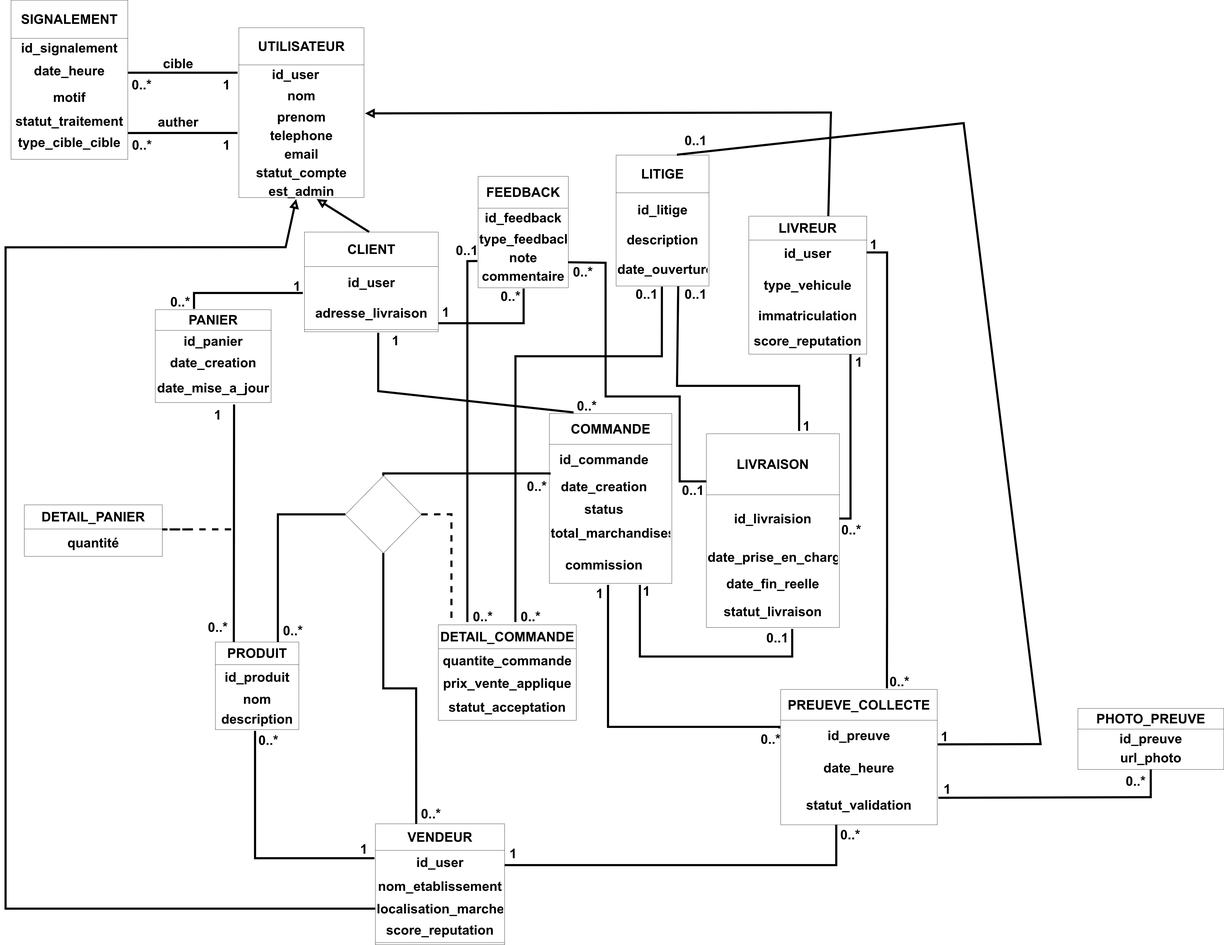
Above: model/diags/uml-class-diag.png in Grace37782/ViteComm (draw.io), before the change. Source tidied: cells renumbered, new cells last; positions are measured from the earlier drawing's top-left corner, leaving out a move shared by most shapes.
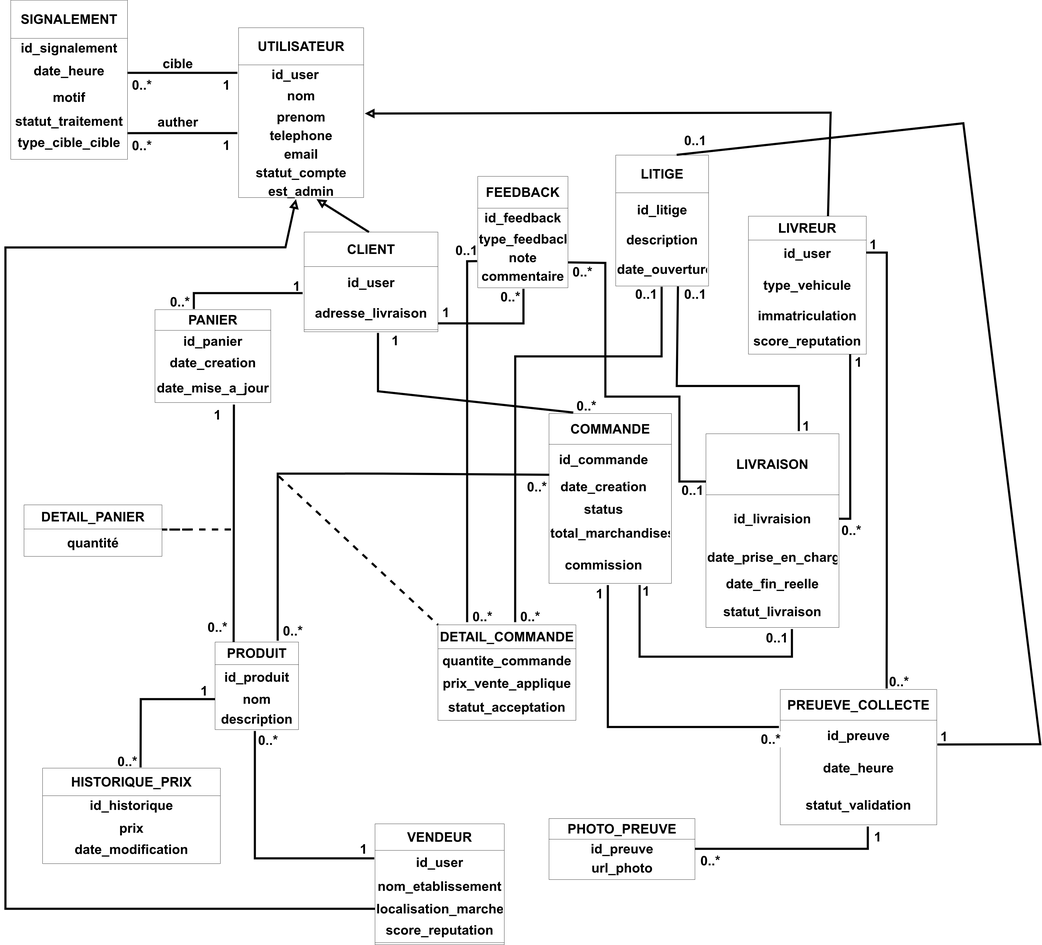
The same diagram one commit later.

Commit message:
added historique prix table to db

Change to the diagram source:
```diff
@@ -128,46 +128,16 @@
         <mxPoint x="-35" y="38" as="offset" />
       </mxGeometry>
     </mxCell>
-    <mxCell id="29" style="endArrow=none;html=1;edgeStyle=orthogonalEdgeStyle;rounded=0;fontSize=50;align=center;fontStyle=1;verticalAlign=middle;strokeWidth=8;" parent="1" edge="1" target="92">
-      <mxGeometry relative="1" as="geometry">
-        <mxPoint x="1880" y="3260" as="sourcePoint" />
-        <Array as="points">
-          <mxPoint x="3130" y="3260" />
-        </Array>
-      </mxGeometry>
-    </mxCell>
-    <mxCell id="30" value="1" style="edgeLabel;html=1;align=center;verticalAlign=middle;fontSize=50;fontStyle=1;" parent="29" vertex="1">
-      <mxGeometry x="-1" relative="1" as="geometry">
-        <mxPoint x="30" y="-46" as="offset" />
-      </mxGeometry>
-    </mxCell>
-    <mxCell id="31" value="0..*" style="edgeLabel;html=1;align=center;verticalAlign=middle;fontSize=50;fontStyle=1;" parent="29" vertex="1">
-      <mxGeometry x="1" relative="1" as="geometry">
-        <mxPoint x="50" y="37" as="offset" />
-      </mxGeometry>
-    </mxCell>
     <mxCell id="32" value="PRODUIT" style="swimlane;fontStyle=1;horizontal=1;startSize=85;fillColor=none;whiteSpace=wrap;html=1;align=center;fontSize=50;verticalAlign=middle;" parent="1" vertex="1">
       <mxGeometry x="790" y="2418.9" width="314.5" height="330" as="geometry" />
     </mxCell>
-    <mxCell id="33" style="rhombus;whiteSpace=wrap;html=1;fontSize=50;align=center;fontStyle=1;verticalAlign=middle;" parent="1" vertex="1">
-      <mxGeometry x="1280" y="1792.7" width="286.4" height="291.3" as="geometry" />
-    </mxCell>
-    <mxCell id="34" style="endArrow=none;html=1;edgeStyle=orthogonalEdgeStyle;rounded=0;entryX=0.5;entryY=1;entryDx=0;entryDy=0;fontSize=50;align=center;fontStyle=1;verticalAlign=middle;strokeWidth=8;" parent="1" edge="1" target="33">
-      <mxGeometry relative="1" as="geometry">
-        <mxPoint x="1547.1" y="3103.9" as="sourcePoint" />
-      </mxGeometry>
-    </mxCell>
-    <mxCell id="35" value="0..*" style="edgeLabel;html=1;align=center;verticalAlign=middle;fontSize=50;fontStyle=1;" parent="34" vertex="1">
-      <mxGeometry x="-1" relative="1" as="geometry">
-        <mxPoint x="53" y="-40" as="offset" />
-      </mxGeometry>
-    </mxCell>
-    <mxCell id="36" style="endArrow=none;html=1;edgeStyle=orthogonalEdgeStyle;rounded=0;entryX=0;entryY=0.5;entryDx=0;entryDy=0;fontSize=50;align=center;fontStyle=1;verticalAlign=middle;strokeWidth=8;" parent="1" edge="1" target="33">
+    <mxCell id="36" style="endArrow=none;html=1;edgeStyle=orthogonalEdgeStyle;rounded=0;fontSize=50;align=center;fontStyle=1;verticalAlign=middle;strokeWidth=8;" parent="1" edge="1">
       <mxGeometry relative="1" as="geometry">
         <mxPoint x="1026" y="2414" as="sourcePoint" />
+        <mxPoint x="1280" y="1784" as="targetPoint" />
         <Array as="points">
-          <mxPoint x="1026" y="2419" />
-          <mxPoint x="1026" y="1938" />
+          <mxPoint x="1026" y="1784" />
+          <mxPoint x="1280" y="1784" />
         </Array>
       </mxGeometry>
     </mxCell>
@@ -176,8 +146,9 @@
         <mxPoint x="54" y="-40" as="offset" />
       </mxGeometry>
     </mxCell>
-    <mxCell id="38" style="endArrow=none;html=1;edgeStyle=orthogonalEdgeStyle;rounded=0;exitX=0.003;exitY=0.008;exitDx=0;exitDy=0;entryX=0.5;entryY=0;entryDx=0;entryDy=0;fontSize=50;align=center;fontStyle=1;verticalAlign=middle;strokeWidth=8;exitPerimeter=0;" parent="1" edge="1" source="75" target="33">
+    <mxCell id="38" style="endArrow=none;html=1;edgeStyle=orthogonalEdgeStyle;rounded=0;exitX=0.003;exitY=0.008;exitDx=0;exitDy=0;fontSize=50;align=center;fontStyle=1;verticalAlign=middle;strokeWidth=8;exitPerimeter=0;" parent="1" edge="1" source="75">
       <mxGeometry relative="1" as="geometry">
+        <mxPoint x="1280" y="1784" as="targetPoint" />
         <Array as="points">
           <mxPoint x="2050" y="1784" />
           <mxPoint x="1423" y="1784" />
@@ -189,13 +160,9 @@
         <mxPoint x="-50" y="42" as="offset" />
       </mxGeometry>
     </mxCell>
-    <mxCell id="40" style="endArrow=none;dashed=1;html=1;rounded=0;fontSize=50;align=center;fontStyle=1;verticalAlign=middle;exitX=1;exitY=0.5;exitDx=0;exitDy=0;strokeWidth=8;" parent="1" edge="1" source="33">
+    <mxCell id="40" style="endArrow=none;dashed=1;html=1;rounded=0;fontSize=50;align=center;fontStyle=1;verticalAlign=middle;strokeWidth=8;entryX=0;entryY=0;entryDx=0;entryDy=0;" parent="1" edge="1" target="41">
       <mxGeometry relative="1" as="geometry">
-        <mxPoint x="1680" y="2350" as="targetPoint" />
-        <Array as="points">
-          <mxPoint x="1680" y="1938" />
-          <mxPoint x="1680" y="2174" />
-        </Array>
+        <mxPoint x="1030" y="1794" as="sourcePoint" />
       </mxGeometry>
     </mxCell>
     <mxCell id="41" value="DETAIL_COMMANDE" style="swimlane;fontStyle=1;horizontal=1;startSize=90;fillColor=none;whiteSpace=wrap;html=1;fontSize=50;align=center;verticalAlign=middle;" parent="1" vertex="1">
@@ -548,7 +515,7 @@
       </mxGeometry>
     </mxCell>
     <mxCell id="131" value="PHOTO_PREUVE" style="swimlane;fontStyle=1;horizontal=1;startSize=78;fillColor=none;whiteSpace=wrap;html=1;fontSize=50;align=center;" parent="1" vertex="1">
-      <mxGeometry x="4040" y="2668.9" width="550" height="230" as="geometry" />
+      <mxGeometry x="2048.6" y="3084" width="550" height="230" as="geometry" />
     </mxCell>
     <mxCell id="132" value="id_preuve" style="text;strokeColor=none;fillColor=none;align=center;verticalAlign=top;spacingLeft=4;spacingRight=4;overflow=hidden;points=[[0,0.5],[1,0.5]];portConstraint=eastwest;whiteSpace=wrap;html=1;fontSize=50;fontStyle=1;" parent="131" vertex="1">
       <mxGeometry y="78" width="550" height="72" as="geometry" />
@@ -556,10 +523,11 @@
     <mxCell id="133" value="url_photo" style="text;strokeColor=none;fillColor=none;align=center;verticalAlign=top;spacingLeft=4;spacingRight=4;overflow=hidden;points=[[0,0.5],[1,0.5]];portConstraint=eastwest;whiteSpace=wrap;html=1;fontSize=50;fontStyle=1;" parent="131" vertex="1">
       <mxGeometry y="150" width="550" height="80" as="geometry" />
     </mxCell>
-    <mxCell id="134" style="endArrow=none;html=1;rounded=0;exitX=1.008;exitY=0.325;exitDx=0;exitDy=0;exitPerimeter=0;strokeWidth=8;" parent="1" edge="1" source="92" target="133">
+    <mxCell id="134" style="endArrow=none;html=1;rounded=0;strokeWidth=8;entryX=1;entryY=0.5;entryDx=0;entryDy=0;" parent="1" edge="1" target="132">
       <mxGeometry relative="1" as="geometry">
+        <mxPoint x="3250" y="3114" as="sourcePoint" />
         <Array as="points">
-          <mxPoint x="4315" y="3004" />
+          <mxPoint x="3250" y="3198" />
         </Array>
       </mxGeometry>
     </mxCell>
@@ -578,10 +546,35 @@
       <mxGeometry x="3480" y="2745.3" width="115.7" height="58.7" as="geometry" />
     </mxCell>
     <mxCell id="138" value="1" style="text;html=1;whiteSpace=wrap;strokeColor=none;fillColor=none;align=center;verticalAlign=middle;rounded=0;fontSize=50;fontStyle=1;" parent="1" vertex="1">
-      <mxGeometry x="3490" y="2944" width="115.7" height="58.7" as="geometry" />
+      <mxGeometry x="3230" y="3124" width="115.7" height="58.7" as="geometry" />
     </mxCell>
     <mxCell id="139" value="0..*" style="text;html=1;whiteSpace=wrap;strokeColor=none;fillColor=none;align=center;verticalAlign=middle;rounded=0;fontSize=50;fontStyle=1;" parent="1" vertex="1">
-      <mxGeometry x="4200" y="2914" width="115.7" height="58.7" as="geometry" />
+      <mxGeometry x="2598.6" y="3214" width="115.7" height="58.7" as="geometry" />
     </mxCell>
+    <mxCell id="140" value="HISTORIQUE_PRIX" style="swimlane;fontStyle=1;horizontal=1;startSize=104;fillColor=none;whiteSpace=wrap;html=1;align=center;fontSize=50;" parent="1" vertex="1">
+      <mxGeometry x="140" y="2894" width="670" height="360" as="geometry" />
+    </mxCell>
+    <mxCell id="141" value="id_historique" style="text;strokeColor=none;fillColor=none;align=center;verticalAlign=top;spacingLeft=4;spacingRight=4;overflow=hidden;whiteSpace=wrap;html=1;fontStyle=1;fontSize=50;" parent="140" vertex="1">
+      <mxGeometry y="104" width="670" height="86" as="geometry" />
+    </mxCell>
+    <mxCell id="142" value="prix" style="text;strokeColor=none;fillColor=none;align=center;verticalAlign=top;spacingLeft=4;spacingRight=4;overflow=hidden;whiteSpace=wrap;html=1;fontStyle=1;fontSize=50;" parent="140" vertex="1">
+      <mxGeometry y="190" width="670" height="80" as="geometry" />
+    </mxCell>
+    <mxCell id="143" value="date_modification" style="text;strokeColor=none;fillColor=none;align=center;verticalAlign=top;spacingLeft=4;spacingRight=4;overflow=hidden;whiteSpace=wrap;html=1;fontStyle=1;fontSize=50;" parent="140" vertex="1">
+      <mxGeometry y="270" width="670" height="90" as="geometry" />
+    </mxCell>
+    <mxCell id="144" style="endArrow=none;html=1;rounded=0;exitX=0.551;exitY=-0.007;exitDx=0;exitDy=0;exitPerimeter=0;fontSize=8;strokeWidth=8;entryX=0;entryY=0.5;entryDx=0;entryDy=0;" parent="1" edge="1" source="140" target="94">
+      <mxGeometry relative="1" as="geometry">
+        <Array as="points">
+          <mxPoint x="510" y="2634" />
+        </Array>
+      </mxGeometry>
+    </mxCell>
+    <mxCell id="145" value="0..*" style="text;html=1;whiteSpace=wrap;strokeColor=none;fillColor=none;align=center;verticalAlign=middle;rounded=0;fontSize=50;fontStyle=1;" parent="1" vertex="1">
+      <mxGeometry x="430" y="2854" width="60" height="30" as="geometry" />
+    </mxCell>
+    <mxCell id="30" value="1" style="text;html=1;whiteSpace=wrap;strokeColor=none;fillColor=none;align=center;verticalAlign=middle;rounded=0;fontSize=50;fontStyle=1;" parent="1" vertex="1">
+      <mxGeometry x="730" y="2574" width="38.6" height="58.7" as="geometry" />
+    </mxCell>
   </root>
 </mxGraphModel>
```
